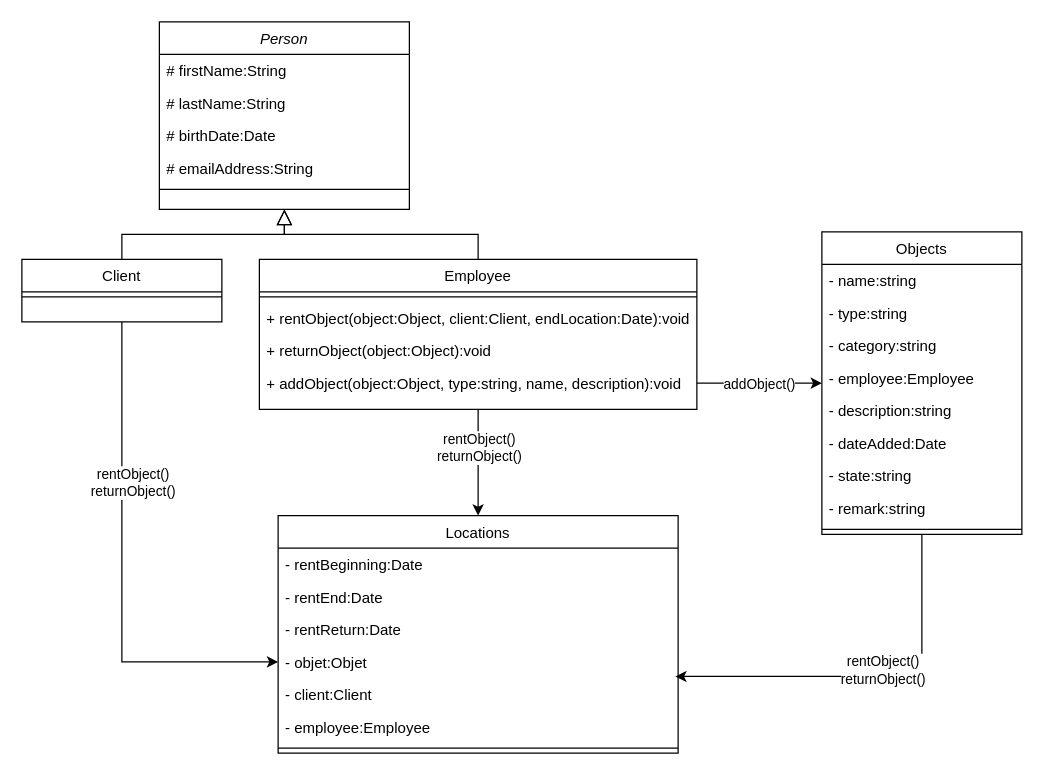
The draw.io diagram fichiersModifiables/Diagrammes/LocationMat_Class.drawio in AhVen98/gestionStocks_preTPI, before the edit. Source tidied: cells renumbered, new cells numbered last; positions are measured from the earlier drawing's top-left corner, leaving out a move shared by most shapes. Both pictures are drawn from the tidied source at 125%, with x=0, y=0 at pixel (21, 21).
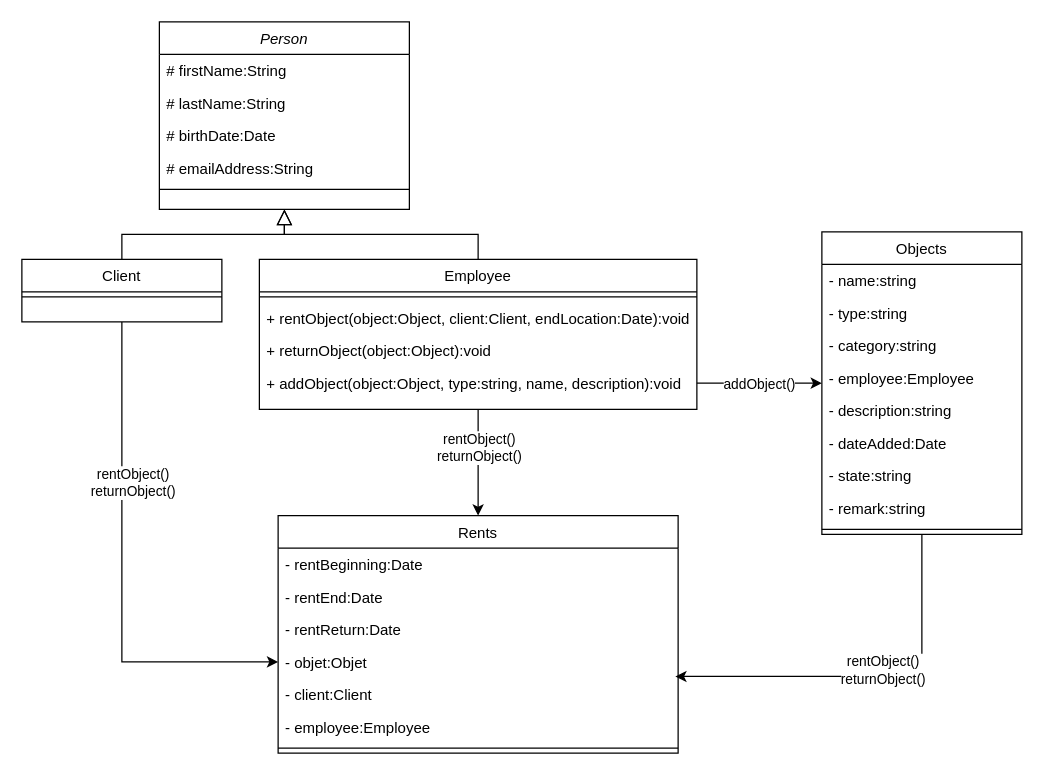
After the change.

Change to the diagram source:
```diff
@@
-    <mxCell id="33" value="Locations" style="swimlane;fontStyle=0;align=center;verticalAlign=top;horizontal=1;startSize=26;rounded=0;shadow=0;strokeWidth=1;" parent="1" vertex="1">
+    <mxCell id="33" value="Rents" style="swimlane;fontStyle=0;align=center;verticalAlign=top;horizontal=1;startSize=26;rounded=0;shadow=0;strokeWidth=1;" parent="1" vertex="1">
       <mxGeometry x="205" y="395" width="320" height="190" as="geometry" />
     </mxCell>
```
